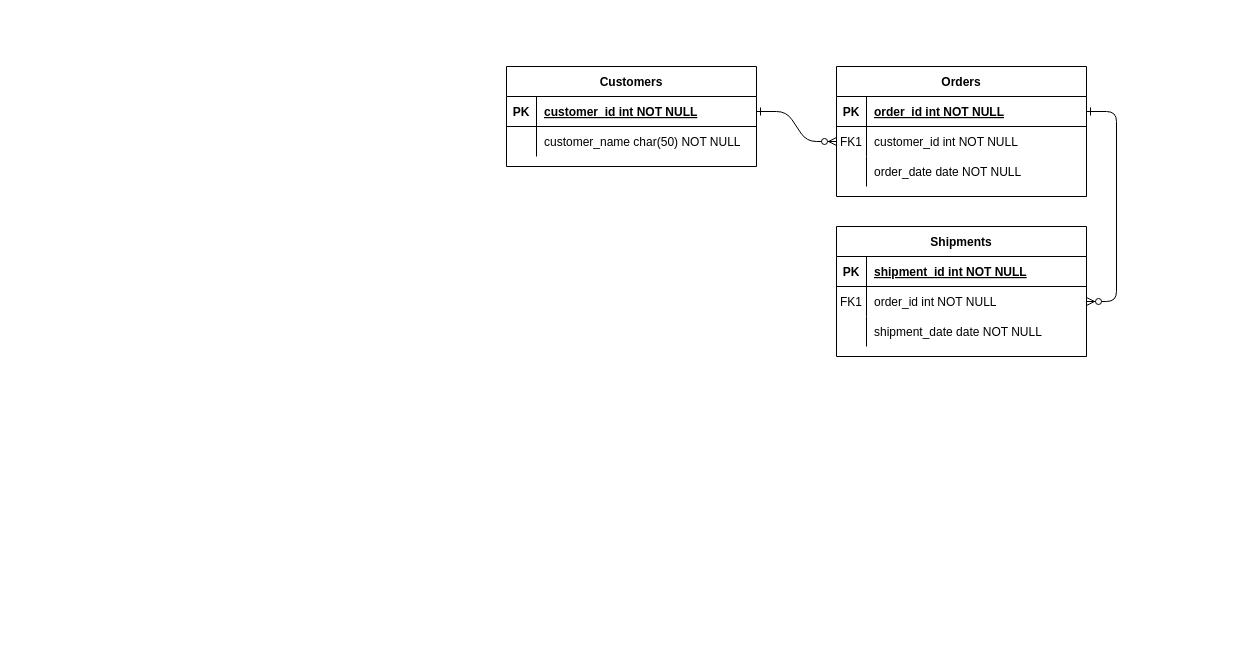
The draw.io diagram LighthouseBnB.drawio in DeonLeer/spinner, before the edit. Source tidied: cells renumbered, new cells numbered last; positions are measured from the earlier drawing's top-left corner, leaving out a move shared by most shapes. Both pictures are drawn from the tidied source at 100%, with x=0, y=0 at pixel (506, 66).
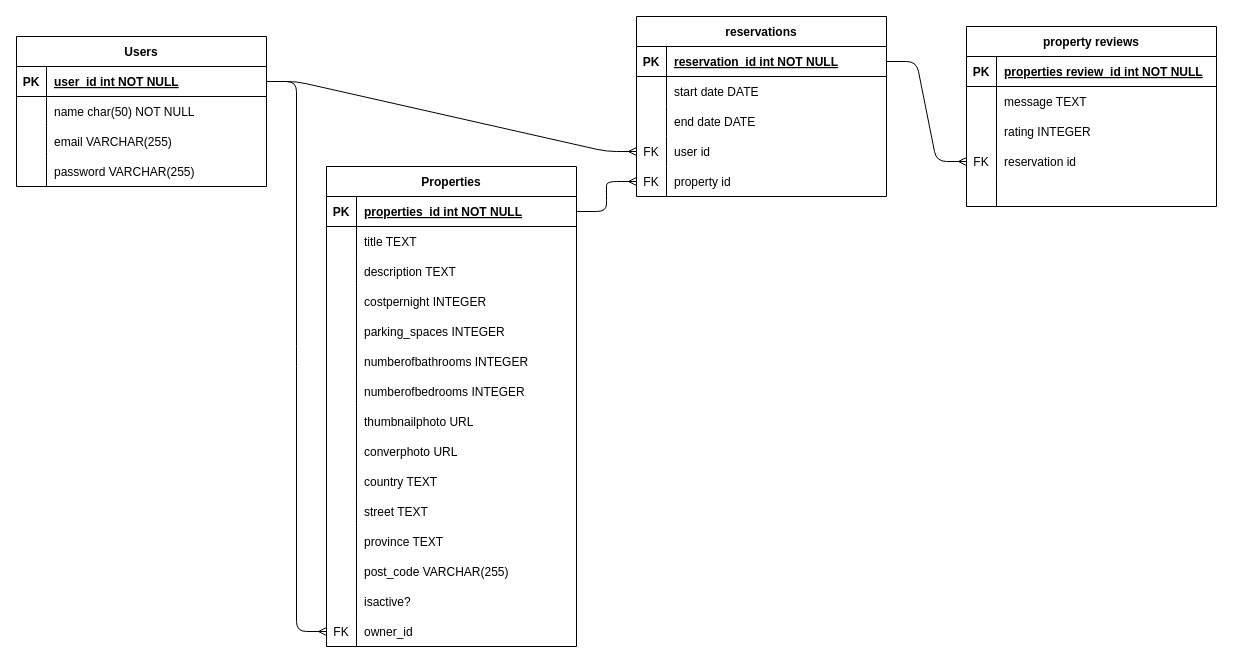
After the change.

Unchanged cells that the change refers to:
```xml
<mxCell id="5" style="shape=partialRectangle;fillColor=none;points=[[0,0.5],[1,0.5]];portConstraint=eastwest;top=0;left=0;right=0;bottom=1;" parent="4" vertex="1">
  <mxGeometry y="30" width="250" height="30" as="geometry" />
</mxCell>
<mxCell id="8" style="shape=partialRectangle;fillColor=none;points=[[0,0.5],[1,0.5]];portConstraint=eastwest;top=0;left=0;right=0;bottom=0;" parent="4" vertex="1">
  <mxGeometry y="60" width="250" height="30" as="geometry" />
</mxCell>
<mxCell id="11" style="shape=partialRectangle;fillColor=none;top=0;left=0;right=0;bottom=0;" parent="4" vertex="1">
  <mxGeometry y="90" width="250" height="30" as="geometry" />
</mxCell>
<mxCell id="15" style="shape=partialRectangle;fillColor=none;top=0;left=0;right=0;bottom=1;" parent="14" vertex="1">
  <mxGeometry y="30" width="250" height="30" as="geometry" />
</mxCell>
<mxCell id="18" style="shape=partialRectangle;fillColor=none;points=[[0,0.5],[1,0.5]];portConstraint=eastwest;top=0;left=0;right=0;bottom=0;" parent="14" vertex="1">
  <mxGeometry y="60" width="250" height="30" as="geometry" />
</mxCell>
<mxCell id="21" style="shape=partialRectangle;fillColor=none;top=0;left=0;right=0;bottom=0;" parent="14" vertex="1">
  <mxGeometry y="90" width="250" height="30" as="geometry" />
</mxCell>
<mxCell id="25" style="shape=partialRectangle;fillColor=none;points=[[0,0.5],[1,0.5]];portConstraint=eastwest;top=0;left=0;right=0;bottom=1;" parent="24" vertex="1">
  <mxGeometry y="30" width="250" height="30" as="geometry" />
</mxCell>
<mxCell id="28" style="shape=partialRectangle;fillColor=none;top=0;left=0;right=0;bottom=0;" parent="24" vertex="1">
  <mxGeometry y="60" width="250" height="30" as="geometry" />
</mxCell>
```

What changed in the source:
```diff
@@
-    <mxCell id="2" style="edgeStyle=entityRelationEdgeStyle;endArrow=ERzeroToMany;startArrow=ERone;endFill=1;startFill=0;" parent="1" edge="1" source="25" target="8">
-      <mxGeometry relative="1" as="geometry" />
-    </mxCell>
-    <mxCell id="3" style="edgeStyle=entityRelationEdgeStyle;endArrow=ERzeroToMany;startArrow=ERone;endFill=1;startFill=0;" parent="1" edge="1" source="5" target="18">
-      <mxGeometry relative="1" as="geometry" />
-    </mxCell>
-    <mxCell id="4" value="Orders" style="shape=table;startSize=30;childLayout=tableLayout;rowLines=0;fontStyle=1;align=center;" parent="1" vertex="1">
-      <mxGeometry x="330" width="250" height="130" as="geometry" />
+    <mxCell id="4" value="Properties" style="shape=table;startSize=30;childLayout=tableLayout;rowLines=0;fontStyle=1;align=center;" parent="1" vertex="1">
+      <mxGeometry x="-180" y="100" width="250" height="480" as="geometry" />
     </mxCell>
@@
-    <mxCell id="7" value="order_id int NOT NULL " style="shape=partialRectangle;overflow=hidden;fillColor=none;top=0;left=0;bottom=0;right=0;align=left;spacingLeft=6;fontStyle=5;" parent="5" vertex="1">
+    <mxCell id="7" value="properties_id int NOT NULL " style="shape=partialRectangle;overflow=hidden;fillColor=none;top=0;left=0;bottom=0;right=0;align=left;spacingLeft=6;fontStyle=5;" parent="5" vertex="1">
       <mxGeometry x="30" width="220" height="30" as="geometry" />
     </mxCell>
@@
-    <mxCell id="9" value="FK1" style="shape=partialRectangle;overflow=hidden;fillColor=none;top=0;left=0;bottom=0;right=0;" parent="8" vertex="1">
+    <mxCell id="9" style="shape=partialRectangle;overflow=hidden;fillColor=none;top=0;left=0;bottom=0;right=0;" parent="8" vertex="1">
       <mxGeometry width="30" height="30" as="geometry" />
     </mxCell>
-    <mxCell id="10" value="customer_id int NOT NULL" style="shape=partialRectangle;overflow=hidden;fillColor=none;top=0;left=0;bottom=0;right=0;align=left;spacingLeft=6;" parent="8" vertex="1">
+    <mxCell id="10" value="title TEXT" style="shape=partialRectangle;overflow=hidden;fillColor=none;top=0;left=0;bottom=0;right=0;align=left;spacingLeft=6;" parent="8" vertex="1">
       <mxGeometry x="30" width="220" height="30" as="geometry" />
     </mxCell>
@@
-    <mxCell id="13" value="order_date date NOT NULL" style="shape=partialRectangle;overflow=hidden;fillColor=none;top=0;left=0;bottom=0;right=0;align=left;spacingLeft=6;" parent="11" vertex="1">
+    <mxCell id="13" value="description TEXT" style="shape=partialRectangle;overflow=hidden;fillColor=none;top=0;left=0;bottom=0;right=0;align=left;spacingLeft=6;" parent="11" vertex="1">
       <mxGeometry x="30" width="220" height="30" as="geometry" />
     </mxCell>
+    <mxCell id="31" style="shape=partialRectangle;fillColor=none;top=0;left=0;right=0;bottom=0;" parent="4" vertex="1">
+      <mxGeometry y="120" width="250" height="30" as="geometry" />
+    </mxCell>
+    <mxCell id="32" style="shape=partialRectangle;overflow=hidden;fillColor=none;top=0;left=0;bottom=0;right=0;" parent="31" vertex="1">
+      <mxGeometry width="30" height="30" as="geometry" />
+    </mxCell>
+    <mxCell id="33" value="costpernight INTEGER" style="shape=partialRectangle;overflow=hidden;fillColor=none;top=0;left=0;bottom=0;right=0;align=left;spacingLeft=6;" parent="31" vertex="1">
+      <mxGeometry x="30" width="220" height="30" as="geometry" />
+    </mxCell>
+    <mxCell id="34" style="shape=partialRectangle;fillColor=none;top=0;left=0;right=0;bottom=0;" parent="4" vertex="1">
+      <mxGeometry y="150" width="250" height="30" as="geometry" />
+    </mxCell>
+    <mxCell id="35" style="shape=partialRectangle;overflow=hidden;fillColor=none;top=0;left=0;bottom=0;right=0;" parent="34" vertex="1">
+      <mxGeometry width="30" height="30" as="geometry" />
+    </mxCell>
+    <mxCell id="36" value="parking_spaces INTEGER" style="shape=partialRectangle;overflow=hidden;fillColor=none;top=0;left=0;bottom=0;right=0;align=left;spacingLeft=6;" parent="34" vertex="1">
+      <mxGeometry x="30" width="220" height="30" as="geometry" />
+    </mxCell>
+    <mxCell id="37" style="shape=partialRectangle;fillColor=none;top=0;left=0;right=0;bottom=0;" parent="4" vertex="1">
+      <mxGeometry y="180" width="250" height="30" as="geometry" />
+    </mxCell>
+    <mxCell id="38" style="shape=partialRectangle;overflow=hidden;fillColor=none;top=0;left=0;bottom=0;right=0;" parent="37" vertex="1">
+      <mxGeometry width="30" height="30" as="geometry" />
+    </mxCell>
+    <mxCell id="39" value="numberofbathrooms INTEGER" style="shape=partialRectangle;overflow=hidden;fillColor=none;top=0;left=0;bottom=0;right=0;align=left;spacingLeft=6;" parent="37" vertex="1">
+      <mxGeometry x="30" width="220" height="30" as="geometry" />
+    </mxCell>
+    <mxCell id="40" style="shape=partialRectangle;fillColor=none;top=0;left=0;right=0;bottom=0;" parent="4" vertex="1">
+      <mxGeometry y="210" width="250" height="30" as="geometry" />
+    </mxCell>
+    <mxCell id="41" style="shape=partialRectangle;overflow=hidden;fillColor=none;top=0;left=0;bottom=0;right=0;" parent="40" vertex="1">
+      <mxGeometry width="30" height="30" as="geometry" />
+    </mxCell>
+    <mxCell id="42" value="numberofbedrooms INTEGER" style="shape=partialRectangle;overflow=hidden;fillColor=none;top=0;left=0;bottom=0;right=0;align=left;spacingLeft=6;" parent="40" vertex="1">
+      <mxGeometry x="30" width="220" height="30" as="geometry" />
+    </mxCell>
+    <mxCell id="43" style="shape=partialRectangle;fillColor=none;top=0;left=0;right=0;bottom=0;" parent="4" vertex="1">
+      <mxGeometry y="240" width="250" height="30" as="geometry" />
+    </mxCell>
+    <mxCell id="44" style="shape=partialRectangle;overflow=hidden;fillColor=none;top=0;left=0;bottom=0;right=0;" parent="43" vertex="1">
+      <mxGeometry width="30" height="30" as="geometry" />
+    </mxCell>
+    <mxCell id="45" value="thumbnailphoto URL" style="shape=partialRectangle;overflow=hidden;fillColor=none;top=0;left=0;bottom=0;right=0;align=left;spacingLeft=6;" parent="43" vertex="1">
+      <mxGeometry x="30" width="220" height="30" as="geometry" />
+    </mxCell>
+    <mxCell id="46" style="shape=partialRectangle;fillColor=none;top=0;left=0;right=0;bottom=0;" parent="4" vertex="1">
+      <mxGeometry y="270" width="250" height="30" as="geometry" />
+    </mxCell>
+    <mxCell id="47" style="shape=partialRectangle;overflow=hidden;fillColor=none;top=0;left=0;bottom=0;right=0;" parent="46" vertex="1">
+      <mxGeometry width="30" height="30" as="geometry" />
+    </mxCell>
+    <mxCell id="48" value="converphoto URL" style="shape=partialRectangle;overflow=hidden;fillColor=none;top=0;left=0;bottom=0;right=0;align=left;spacingLeft=6;" parent="46" vertex="1">
+      <mxGeometry x="30" width="220" height="30" as="geometry" />
+    </mxCell>
+    <mxCell id="49" style="shape=partialRectangle;fillColor=none;top=0;left=0;right=0;bottom=0;" parent="4" vertex="1">
+      <mxGeometry y="300" width="250" height="30" as="geometry" />
+    </mxCell>
+    <mxCell id="50" style="shape=partialRectangle;overflow=hidden;fillColor=none;top=0;left=0;bottom=0;right=0;" parent="49" vertex="1">
+      <mxGeometry width="30" height="30" as="geometry" />
+    </mxCell>
+    <mxCell id="51" value="country TEXT" style="shape=partialRectangle;overflow=hidden;fillColor=none;top=0;left=0;bottom=0;right=0;align=left;spacingLeft=6;" parent="49" vertex="1">
+      <mxGeometry x="30" width="220" height="30" as="geometry" />
+    </mxCell>
+    <mxCell id="52" style="shape=partialRectangle;fillColor=none;top=0;left=0;right=0;bottom=0;" parent="4" vertex="1">
+      <mxGeometry y="330" width="250" height="30" as="geometry" />
+    </mxCell>
+    <mxCell id="53" style="shape=partialRectangle;overflow=hidden;fillColor=none;top=0;left=0;bottom=0;right=0;" parent="52" vertex="1">
+      <mxGeometry width="30" height="30" as="geometry" />
+    </mxCell>
+    <mxCell id="54" value="street TEXT" style="shape=partialRectangle;overflow=hidden;fillColor=none;top=0;left=0;bottom=0;right=0;align=left;spacingLeft=6;" parent="52" vertex="1">
+      <mxGeometry x="30" width="220" height="30" as="geometry" />
+    </mxCell>
+    <mxCell id="55" style="shape=partialRectangle;fillColor=none;top=0;left=0;right=0;bottom=0;" parent="4" vertex="1">
+      <mxGeometry y="360" width="250" height="30" as="geometry" />
+    </mxCell>
+    <mxCell id="56" style="shape=partialRectangle;overflow=hidden;fillColor=none;top=0;left=0;bottom=0;right=0;" parent="55" vertex="1">
+      <mxGeometry width="30" height="30" as="geometry" />
+    </mxCell>
+    <mxCell id="57" value="province TEXT" style="shape=partialRectangle;overflow=hidden;fillColor=none;top=0;left=0;bottom=0;right=0;align=left;spacingLeft=6;" parent="55" vertex="1">
+      <mxGeometry x="30" width="220" height="30" as="geometry" />
+    </mxCell>
+    <mxCell id="58" style="shape=partialRectangle;fillColor=none;top=0;left=0;right=0;bottom=0;" parent="4" vertex="1">
+      <mxGeometry y="390" width="250" height="30" as="geometry" />
+    </mxCell>
+    <mxCell id="59" style="shape=partialRectangle;overflow=hidden;fillColor=none;top=0;left=0;bottom=0;right=0;" parent="58" vertex="1">
+      <mxGeometry width="30" height="30" as="geometry" />
+    </mxCell>
+    <mxCell id="60" value="post_code VARCHAR(255)" style="shape=partialRectangle;overflow=hidden;fillColor=none;top=0;left=0;bottom=0;right=0;align=left;spacingLeft=6;" parent="58" vertex="1">
+      <mxGeometry x="30" width="220" height="30" as="geometry" />
+    </mxCell>
+    <mxCell id="61" style="shape=partialRectangle;fillColor=none;top=0;left=0;right=0;bottom=0;" parent="4" vertex="1">
+      <mxGeometry y="420" width="250" height="30" as="geometry" />
+    </mxCell>
+    <mxCell id="62" style="shape=partialRectangle;overflow=hidden;fillColor=none;top=0;left=0;bottom=0;right=0;" parent="61" vertex="1">
+      <mxGeometry width="30" height="30" as="geometry" />
+    </mxCell>
+    <mxCell id="63" value="isactive?" style="shape=partialRectangle;overflow=hidden;fillColor=none;top=0;left=0;bottom=0;right=0;align=left;spacingLeft=6;" parent="61" vertex="1">
+      <mxGeometry x="30" width="220" height="30" as="geometry" />
+    </mxCell>
+    <mxCell id="64" style="shape=partialRectangle;fillColor=none;points=[[0,0.5],[1,0.5]];portConstraint=eastwest;top=0;left=0;right=0;bottom=0;" parent="4" vertex="1">
+      <mxGeometry y="450" width="250" height="30" as="geometry" />
+    </mxCell>
+    <mxCell id="65" value="FK" style="shape=partialRectangle;overflow=hidden;fillColor=none;top=0;left=0;bottom=0;right=0;" parent="64" vertex="1">
+      <mxGeometry width="30" height="30" as="geometry" />
+    </mxCell>
+    <mxCell id="66" value="owner_id" style="shape=partialRectangle;overflow=hidden;fillColor=none;top=0;left=0;bottom=0;right=0;align=left;spacingLeft=6;" parent="64" vertex="1">
+      <mxGeometry x="30" width="220" height="30" as="geometry" />
+    </mxCell>
-    <mxCell id="14" value="Shipments" style="shape=table;startSize=30;childLayout=tableLayout;rowLines=0;fontStyle=1;align=center;" parent="1" vertex="1">
-      <mxGeometry x="330" y="160" width="250" height="130" as="geometry" />
+    <mxCell id="14" value="property reviews" style="shape=table;startSize=30;childLayout=tableLayout;rowLines=0;fontStyle=1;align=center;" parent="1" vertex="1">
+      <mxGeometry x="460" y="-40" width="250" height="180" as="geometry" />
     </mxCell>
@@
-    <mxCell id="17" value="shipment_id int NOT NULL " style="shape=partialRectangle;overflow=hidden;fillColor=none;top=0;left=0;bottom=0;right=0;align=left;spacingLeft=6;fontStyle=5;" parent="15" vertex="1">
+    <mxCell id="17" value="properties review_id int NOT NULL " style="shape=partialRectangle;overflow=hidden;fillColor=none;top=0;left=0;bottom=0;right=0;align=left;spacingLeft=6;fontStyle=5;" parent="15" vertex="1">
       <mxGeometry x="30" width="220" height="30" as="geometry" />
     </mxCell>
@@
-    <mxCell id="19" value="FK1" style="shape=partialRectangle;overflow=hidden;fillColor=none;top=0;left=0;bottom=0;right=0;" parent="18" vertex="1">
+    <mxCell id="19" style="shape=partialRectangle;overflow=hidden;fillColor=none;top=0;left=0;bottom=0;right=0;" parent="18" vertex="1">
       <mxGeometry width="30" height="30" as="geometry" />
     </mxCell>
-    <mxCell id="20" value="order_id int NOT NULL" style="shape=partialRectangle;overflow=hidden;fillColor=none;top=0;left=0;bottom=0;right=0;align=left;spacingLeft=6;" parent="18" vertex="1">
+    <mxCell id="20" value="message TEXT" style="shape=partialRectangle;overflow=hidden;fillColor=none;top=0;left=0;bottom=0;right=0;align=left;spacingLeft=6;" parent="18" vertex="1">
       <mxGeometry x="30" width="220" height="30" as="geometry" />
     </mxCell>
@@
-    <mxCell id="23" value="shipment_date date NOT NULL" style="shape=partialRectangle;overflow=hidden;fillColor=none;top=0;left=0;bottom=0;right=0;align=left;spacingLeft=6;" parent="21" vertex="1">
+    <mxCell id="23" value="rating INTEGER" style="shape=partialRectangle;overflow=hidden;fillColor=none;top=0;left=0;bottom=0;right=0;align=left;spacingLeft=6;" parent="21" vertex="1">
       <mxGeometry x="30" width="220" height="30" as="geometry" />
     </mxCell>
+    <mxCell id="67" style="shape=partialRectangle;fillColor=none;points=[[0,0.5],[1,0.5]];portConstraint=eastwest;top=0;left=0;right=0;bottom=0;" parent="14" vertex="1">
+      <mxGeometry y="120" width="250" height="30" as="geometry" />
+    </mxCell>
+    <mxCell id="68" value="FK" style="shape=partialRectangle;overflow=hidden;fillColor=none;top=0;left=0;bottom=0;right=0;" parent="67" vertex="1">
+      <mxGeometry width="30" height="30" as="geometry" />
+    </mxCell>
+    <mxCell id="69" value="reservation id" style="shape=partialRectangle;overflow=hidden;fillColor=none;top=0;left=0;bottom=0;right=0;align=left;spacingLeft=6;" parent="67" vertex="1">
+      <mxGeometry x="30" width="220" height="30" as="geometry" />
+    </mxCell>
+    <mxCell id="70" style="shape=partialRectangle;fillColor=none;top=0;left=0;right=0;bottom=0;" parent="14" vertex="1">
+      <mxGeometry y="150" width="250" height="30" as="geometry" />
+    </mxCell>
+    <mxCell id="71" style="shape=partialRectangle;overflow=hidden;fillColor=none;top=0;left=0;bottom=0;right=0;" parent="70" vertex="1">
+      <mxGeometry width="30" height="30" as="geometry" />
+    </mxCell>
+    <mxCell id="72" style="shape=partialRectangle;overflow=hidden;fillColor=none;top=0;left=0;bottom=0;right=0;align=left;spacingLeft=6;" parent="70" vertex="1">
+      <mxGeometry x="30" width="220" height="30" as="geometry" />
+    </mxCell>
-    <mxCell id="24" value="Customers" style="shape=table;startSize=30;childLayout=tableLayout;rowLines=0;fontStyle=1;align=center;" parent="1" vertex="1">
-      <mxGeometry width="250" height="100" as="geometry" />
+    <mxCell id="24" value="Users" style="shape=table;startSize=30;childLayout=tableLayout;rowLines=0;fontStyle=1;align=center;" parent="1" vertex="1">
+      <mxGeometry x="-490" y="-30" width="250" height="150" as="geometry" />
     </mxCell>
@@
-    <mxCell id="27" value="customer_id int NOT NULL " style="shape=partialRectangle;overflow=hidden;fillColor=none;top=0;left=0;bottom=0;right=0;align=left;spacingLeft=6;fontStyle=5;" parent="25" vertex="1">
+    <mxCell id="27" value="user_id int NOT NULL " style="shape=partialRectangle;overflow=hidden;fillColor=none;top=0;left=0;bottom=0;right=0;align=left;spacingLeft=6;fontStyle=5;" parent="25" vertex="1">
       <mxGeometry x="30" width="220" height="30" as="geometry" />
     </mxCell>
@@
-    <mxCell id="30" value="customer_name char(50) NOT NULL" style="shape=partialRectangle;overflow=hidden;fillColor=none;top=0;left=0;bottom=0;right=0;align=left;spacingLeft=6;" parent="28" vertex="1">
+    <mxCell id="30" value="name char(50) NOT NULL" style="shape=partialRectangle;overflow=hidden;fillColor=none;top=0;left=0;bottom=0;right=0;align=left;spacingLeft=6;" parent="28" vertex="1">
       <mxGeometry x="30" width="220" height="30" as="geometry" />
     </mxCell>
+    <mxCell id="73" style="shape=partialRectangle;fillColor=none;top=0;left=0;right=0;bottom=0;" parent="24" vertex="1">
+      <mxGeometry y="90" width="250" height="30" as="geometry" />
+    </mxCell>
+    <mxCell id="74" style="shape=partialRectangle;overflow=hidden;fillColor=none;top=0;left=0;bottom=0;right=0;" parent="73" vertex="1">
+      <mxGeometry width="30" height="30" as="geometry" />
+    </mxCell>
+    <mxCell id="75" value="email VARCHAR(255)" style="shape=partialRectangle;overflow=hidden;fillColor=none;top=0;left=0;bottom=0;right=0;align=left;spacingLeft=6;" parent="73" vertex="1">
+      <mxGeometry x="30" width="220" height="30" as="geometry" />
+    </mxCell>
+    <mxCell id="76" style="shape=partialRectangle;fillColor=none;top=0;left=0;right=0;bottom=0;" parent="24" vertex="1">
+      <mxGeometry y="120" width="250" height="30" as="geometry" />
+    </mxCell>
+    <mxCell id="77" style="shape=partialRectangle;overflow=hidden;fillColor=none;top=0;left=0;bottom=0;right=0;" parent="76" vertex="1">
+      <mxGeometry width="30" height="30" as="geometry" />
+    </mxCell>
+    <mxCell id="78" value="password VARCHAR(255)" style="shape=partialRectangle;overflow=hidden;fillColor=none;top=0;left=0;bottom=0;right=0;align=left;spacingLeft=6;" parent="76" vertex="1">
+      <mxGeometry x="30" width="220" height="30" as="geometry" />
+    </mxCell>
+    <mxCell id="79" value="reservations" style="shape=table;startSize=30;childLayout=tableLayout;rowLines=0;fontStyle=1;align=center;" parent="1" vertex="1">
+      <mxGeometry x="130" y="-50" width="250" height="180" as="geometry" />
+    </mxCell>
+    <mxCell id="80" style="shape=partialRectangle;fillColor=none;points=[[0,0.5],[1,0.5]];portConstraint=eastwest;top=0;left=0;right=0;bottom=1;" parent="79" vertex="1">
+      <mxGeometry y="30" width="250" height="30" as="geometry" />
+    </mxCell>
+    <mxCell id="81" value="PK" style="shape=partialRectangle;overflow=hidden;fillColor=none;top=0;left=0;bottom=0;right=0;fontStyle=1;" parent="80" vertex="1">
+      <mxGeometry width="30" height="30" as="geometry" />
+    </mxCell>
+    <mxCell id="82" value="reservation_id int NOT NULL " style="shape=partialRectangle;overflow=hidden;fillColor=none;top=0;left=0;bottom=0;right=0;align=left;spacingLeft=6;fontStyle=5;" parent="80" vertex="1">
+      <mxGeometry x="30" width="220" height="30" as="geometry" />
+    </mxCell>
+    <mxCell id="83" style="shape=partialRectangle;fillColor=none;top=0;left=0;right=0;bottom=0;" parent="79" vertex="1">
+      <mxGeometry y="60" width="250" height="30" as="geometry" />
+    </mxCell>
+    <mxCell id="84" style="shape=partialRectangle;overflow=hidden;fillColor=none;top=0;left=0;bottom=0;right=0;" parent="83" vertex="1">
+      <mxGeometry width="30" height="30" as="geometry" />
+    </mxCell>
+    <mxCell id="85" value="start date DATE" style="shape=partialRectangle;overflow=hidden;fillColor=none;top=0;left=0;bottom=0;right=0;align=left;spacingLeft=6;" parent="83" vertex="1">
+      <mxGeometry x="30" width="220" height="30" as="geometry" />
+    </mxCell>
+    <mxCell id="86" style="shape=partialRectangle;fillColor=none;top=0;left=0;right=0;bottom=0;" parent="79" vertex="1">
+      <mxGeometry y="90" width="250" height="30" as="geometry" />
+    </mxCell>
+    <mxCell id="87" style="shape=partialRectangle;overflow=hidden;fillColor=none;top=0;left=0;bottom=0;right=0;" parent="86" vertex="1">
+      <mxGeometry width="30" height="30" as="geometry" />
+    </mxCell>
+    <mxCell id="88" value="end date DATE" style="shape=partialRectangle;overflow=hidden;fillColor=none;top=0;left=0;bottom=0;right=0;align=left;spacingLeft=6;" parent="86" vertex="1">
+      <mxGeometry x="30" width="220" height="30" as="geometry" />
+    </mxCell>
+    <mxCell id="89" style="shape=partialRectangle;fillColor=none;points=[[0,0.5],[1,0.5]];portConstraint=eastwest;top=0;left=0;right=0;bottom=0;" parent="79" vertex="1">
+      <mxGeometry y="120" width="250" height="30" as="geometry" />
+    </mxCell>
+    <mxCell id="90" value="FK" style="shape=partialRectangle;overflow=hidden;fillColor=none;top=0;left=0;bottom=0;right=0;" parent="89" vertex="1">
+      <mxGeometry width="30" height="30" as="geometry" />
+    </mxCell>
+    <mxCell id="91" value="user id" style="shape=partialRectangle;overflow=hidden;fillColor=none;top=0;left=0;bottom=0;right=0;align=left;spacingLeft=6;" parent="89" vertex="1">
+      <mxGeometry x="30" width="220" height="30" as="geometry" />
+    </mxCell>
+    <mxCell id="92" style="shape=partialRectangle;fillColor=none;points=[[0,0.5],[1,0.5]];portConstraint=eastwest;top=0;left=0;right=0;bottom=0;" parent="79" vertex="1">
+      <mxGeometry y="150" width="250" height="30" as="geometry" />
+    </mxCell>
+    <mxCell id="93" value="FK" style="shape=partialRectangle;overflow=hidden;fillColor=none;top=0;left=0;bottom=0;right=0;" parent="92" vertex="1">
+      <mxGeometry width="30" height="30" as="geometry" />
+    </mxCell>
+    <mxCell id="94" value="property id" style="shape=partialRectangle;overflow=hidden;fillColor=none;top=0;left=0;bottom=0;right=0;align=left;spacingLeft=6;" parent="92" vertex="1">
+      <mxGeometry x="30" width="220" height="30" as="geometry" />
+    </mxCell>
+    <mxCell id="95" style="edgeStyle=entityRelationEdgeStyle;fontSize=12;html=1;endArrow=ERmany;exitX=1;exitY=0.5;exitDx=0;exitDy=0;entryX=0;entryY=0.5;entryDx=0;entryDy=0;" parent="1" edge="1" source="25" target="89">
+      <mxGeometry relative="1" as="geometry" />
+    </mxCell>
+    <mxCell id="96" style="edgeStyle=entityRelationEdgeStyle;fontSize=12;html=1;endArrow=ERmany;exitX=1;exitY=0.5;exitDx=0;exitDy=0;entryX=0;entryY=0.5;entryDx=0;entryDy=0;" parent="1" edge="1" source="25" target="64">
+      <mxGeometry relative="1" as="geometry" />
+    </mxCell>
+    <mxCell id="97" style="edgeStyle=entityRelationEdgeStyle;fontSize=12;html=1;endArrow=ERmany;entryX=0;entryY=0.5;entryDx=0;entryDy=0;exitX=1;exitY=0.5;exitDx=0;exitDy=0;" parent="1" edge="1" source="5" target="92">
+      <mxGeometry relative="1" as="geometry" />
+    </mxCell>
+    <mxCell id="98" style="edgeStyle=entityRelationEdgeStyle;fontSize=12;html=1;endArrow=ERmany;entryX=0;entryY=0.5;entryDx=0;entryDy=0;exitX=1;exitY=0.5;exitDx=0;exitDy=0;" parent="1" edge="1" source="80" target="67">
+      <mxGeometry relative="1" as="geometry" />
+    </mxCell>
```
